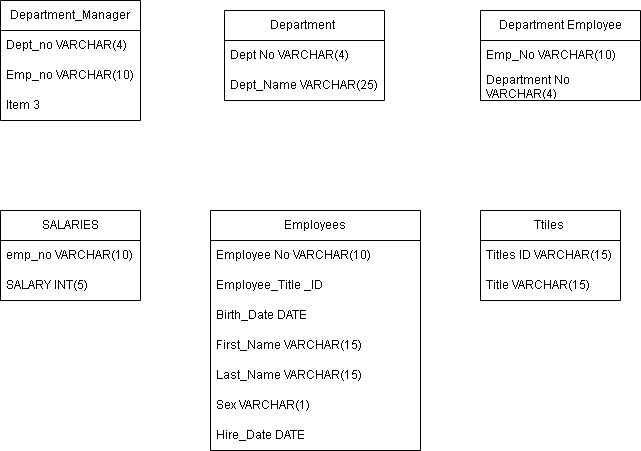
This is Untitled Diagram.drawio.png from gv-priya/SQL-challenge, a draw.io export, as it was before one commit. Source tidied: cells renumbered, new cells last; positions are measured from the earlier drawing's top-left corner, leaving out a move shared by most shapes.
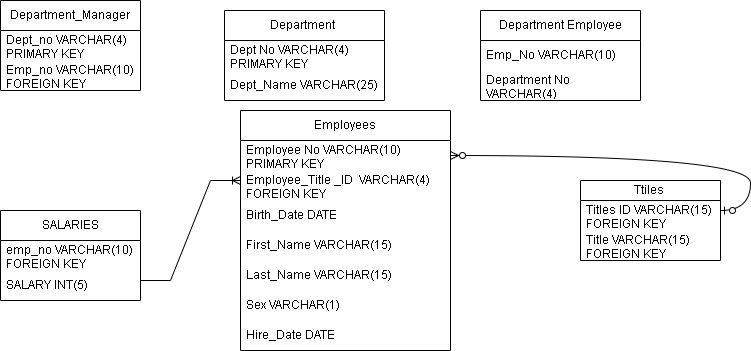
The same file after the commit.

What changed in the source:
```diff
@@ -3,21 +3,18 @@
     <mxCell id="0" />
     <mxCell id="1" parent="0" />
     <mxCell id="2" value="Department_Manager" style="swimlane;fontStyle=0;horizontal=1;startSize=30;whiteSpace=wrap;html=1;" parent="1" vertex="1">
-      <mxGeometry width="140" height="120" as="geometry" />
+      <mxGeometry width="140" height="90" as="geometry" />
     </mxCell>
-    <mxCell id="3" value="Dept_no VARCHAR(4)" style="text;strokeColor=none;fillColor=none;align=left;verticalAlign=middle;spacingLeft=4;spacingRight=4;overflow=hidden;whiteSpace=wrap;html=1;" parent="2" vertex="1">
+    <mxCell id="3" value="Dept_no VARCHAR(4) PRIMARY KEY" style="text;strokeColor=none;fillColor=none;align=left;verticalAlign=middle;spacingLeft=4;spacingRight=4;overflow=hidden;whiteSpace=wrap;html=1;" parent="2" vertex="1">
       <mxGeometry y="30" width="140" height="30" as="geometry" />
     </mxCell>
-    <mxCell id="4" value="Emp_no VARCHAR(10)" style="text;strokeColor=none;fillColor=none;align=left;verticalAlign=middle;spacingLeft=4;spacingRight=4;overflow=hidden;whiteSpace=wrap;html=1;" parent="2" vertex="1">
+    <mxCell id="4" value="Emp_no VARCHAR(10) FOREIGN KEY" style="text;strokeColor=none;fillColor=none;align=left;verticalAlign=middle;spacingLeft=4;spacingRight=4;overflow=hidden;whiteSpace=wrap;html=1;" parent="2" vertex="1">
       <mxGeometry y="60" width="140" height="30" as="geometry" />
     </mxCell>
-    <mxCell id="5" value="Item 3" style="text;strokeColor=none;fillColor=none;align=left;verticalAlign=middle;spacingLeft=4;spacingRight=4;overflow=hidden;whiteSpace=wrap;html=1;" parent="2" vertex="1">
-      <mxGeometry y="90" width="140" height="30" as="geometry" />
-    </mxCell>
     <mxCell id="6" value="Department&amp;nbsp;" style="swimlane;fontStyle=0;horizontal=1;startSize=30;whiteSpace=wrap;html=1;" parent="1" vertex="1">
       <mxGeometry x="224" y="10" width="160" height="90" as="geometry" />
     </mxCell>
-    <mxCell id="7" value="Dept No VARCHAR(4)" style="text;strokeColor=none;fillColor=none;align=left;verticalAlign=middle;spacingLeft=4;spacingRight=4;overflow=hidden;whiteSpace=wrap;html=1;" parent="6" vertex="1">
+    <mxCell id="7" value="Dept No VARCHAR(4) PRIMARY KEY" style="text;strokeColor=none;fillColor=none;align=left;verticalAlign=middle;spacingLeft=4;spacingRight=4;overflow=hidden;whiteSpace=wrap;html=1;" parent="6" vertex="1">
       <mxGeometry y="30" width="160" height="30" as="geometry" />
     </mxCell>
     <mxCell id="8" value="Dept_Name VARCHAR(25)" style="text;strokeColor=none;fillColor=none;align=left;verticalAlign=middle;spacingLeft=4;spacingRight=4;overflow=hidden;whiteSpace=wrap;html=1;" parent="6" vertex="1">
@@ -33,12 +30,12 @@
       <mxGeometry y="60" width="160" height="30" as="geometry" />
     </mxCell>
     <mxCell id="12" value="Employees" style="swimlane;fontStyle=0;horizontal=1;startSize=30;whiteSpace=wrap;html=1;" parent="1" vertex="1">
-      <mxGeometry x="210" y="210" width="210" height="240" as="geometry" />
+      <mxGeometry x="240" y="110" width="210" height="240" as="geometry" />
     </mxCell>
-    <mxCell id="13" value="Employee No VARCHAR(10)" style="text;strokeColor=none;fillColor=none;align=left;verticalAlign=middle;spacingLeft=4;spacingRight=4;overflow=hidden;points=[[0,0.5],[1,0.5]];portConstraint=eastwest;whiteSpace=wrap;html=1;" parent="12" vertex="1">
+    <mxCell id="13" value="Employee No VARCHAR(10)&amp;nbsp; PRIMARY KEY" style="text;strokeColor=none;fillColor=none;align=left;verticalAlign=middle;spacingLeft=4;spacingRight=4;overflow=hidden;points=[[0,0.5],[1,0.5]];portConstraint=eastwest;whiteSpace=wrap;html=1;" parent="12" vertex="1">
       <mxGeometry y="30" width="210" height="30" as="geometry" />
     </mxCell>
-    <mxCell id="14" value="Employee_Title _ID" style="text;strokeColor=none;fillColor=none;align=left;verticalAlign=middle;spacingLeft=4;spacingRight=4;overflow=hidden;whiteSpace=wrap;html=1;" parent="12" vertex="1">
+    <mxCell id="14" value="Employee_Title _ID&amp;nbsp; VARCHAR(4) FOREIGN KEY" style="text;strokeColor=none;fillColor=none;align=left;verticalAlign=middle;spacingLeft=4;spacingRight=4;overflow=hidden;whiteSpace=wrap;html=1;" parent="12" vertex="1">
       <mxGeometry y="60" width="210" height="30" as="geometry" />
     </mxCell>
     <mxCell id="15" value="Birth_Date DATE" style="text;strokeColor=none;fillColor=none;align=left;verticalAlign=middle;spacingLeft=4;spacingRight=4;overflow=hidden;whiteSpace=wrap;html=1;" parent="12" vertex="1">
@@ -56,23 +53,65 @@
     <mxCell id="19" value="Hire_Date DATE" style="text;strokeColor=none;fillColor=none;align=left;verticalAlign=middle;spacingLeft=4;spacingRight=4;overflow=hidden;whiteSpace=wrap;html=1;" parent="12" vertex="1">
       <mxGeometry y="210" width="210" height="30" as="geometry" />
     </mxCell>
-    <mxCell id="20" value="Ttiles&amp;nbsp;" style="swimlane;fontStyle=0;horizontal=1;startSize=30;whiteSpace=wrap;html=1;" parent="1" vertex="1">
-      <mxGeometry x="480" y="210" width="140" height="90" as="geometry" />
+    <mxCell id="20" value="Ttiles&amp;nbsp;" style="swimlane;fontStyle=0;horizontal=1;startSize=20;whiteSpace=wrap;html=1;" parent="1" vertex="1">
+      <mxGeometry x="580" y="180" width="140" height="80" as="geometry" />
     </mxCell>
-    <mxCell id="21" value="Titles ID VARCHAR(15)" style="text;strokeColor=none;fillColor=none;align=left;verticalAlign=middle;spacingLeft=4;spacingRight=4;overflow=hidden;whiteSpace=wrap;html=1;" parent="20" vertex="1">
-      <mxGeometry y="30" width="140" height="30" as="geometry" />
+    <mxCell id="21" value="Titles ID VARCHAR(15) FOREIGN KEY" style="text;strokeColor=none;fillColor=none;align=left;verticalAlign=middle;spacingLeft=4;spacingRight=4;overflow=hidden;whiteSpace=wrap;html=1;" parent="20" vertex="1">
+      <mxGeometry y="20" width="140" height="30" as="geometry" />
     </mxCell>
-    <mxCell id="22" value="Title VARCHAR(15)" style="text;strokeColor=none;fillColor=none;align=left;verticalAlign=middle;spacingLeft=4;spacingRight=4;overflow=hidden;whiteSpace=wrap;html=1;" parent="20" vertex="1">
-      <mxGeometry y="60" width="140" height="30" as="geometry" />
+    <mxCell id="22" value="Title VARCHAR(15) FOREIGN KEY" style="text;strokeColor=none;fillColor=none;align=left;verticalAlign=middle;spacingLeft=4;spacingRight=4;overflow=hidden;whiteSpace=wrap;html=1;" parent="20" vertex="1">
+      <mxGeometry y="50" width="140" height="30" as="geometry" />
     </mxCell>
     <mxCell id="23" value="SALARIES" style="swimlane;fontStyle=0;horizontal=1;startSize=30;whiteSpace=wrap;html=1;" parent="1" vertex="1">
       <mxGeometry y="210" width="140" height="90" as="geometry" />
     </mxCell>
-    <mxCell id="24" value="emp_no VARCHAR(10)" style="text;strokeColor=none;fillColor=none;align=left;verticalAlign=middle;spacingLeft=4;spacingRight=4;overflow=hidden;whiteSpace=wrap;html=1;" parent="23" vertex="1">
+    <mxCell id="24" value="emp_no VARCHAR(10) FOREIGN KEY" style="text;strokeColor=none;fillColor=none;align=left;verticalAlign=middle;spacingLeft=4;spacingRight=4;overflow=hidden;whiteSpace=wrap;html=1;" parent="23" vertex="1">
       <mxGeometry y="30" width="140" height="30" as="geometry" />
     </mxCell>
     <mxCell id="25" value="SALARY INT(5)" style="text;strokeColor=none;fillColor=none;align=left;verticalAlign=middle;spacingLeft=4;spacingRight=4;overflow=hidden;whiteSpace=wrap;html=1;" parent="23" vertex="1">
       <mxGeometry y="60" width="140" height="30" as="geometry" />
     </mxCell>
+    <mxCell id="26" style="edgeStyle=entityRelationEdgeStyle;fontSize=12;html=1;endArrow=ERoneToMany;rounded=0;" parent="1" edge="1">
+      <mxGeometry relative="1" as="geometry">
+        <mxPoint x="140" y="280" as="sourcePoint" />
+        <mxPoint x="240" y="180" as="targetPoint" />
+        <Array as="points">
+          <mxPoint x="460" y="280" />
+        </Array>
+      </mxGeometry>
+    </mxCell>
+    <mxCell id="27" style="edgeStyle=entityRelationEdgeStyle;fontSize=12;html=1;endArrow=ERzeroToMany;startArrow=ERzeroToOne;rounded=0;curved=1;" parent="1" edge="1" target="13">
+      <mxGeometry relative="1" as="geometry">
+        <mxPoint x="720" y="210" as="sourcePoint" />
+        <Array as="points">
+          <mxPoint x="780" y="210" />
+          <mxPoint x="780" y="105" />
+          <mxPoint x="600" y="150" />
+          <mxPoint x="600" y="150" />
+          <mxPoint x="780" y="65" />
+          <mxPoint x="640" y="130" />
+          <mxPoint x="640" y="130" />
+          <mxPoint x="630" y="35" />
+          <mxPoint x="800" y="190" />
+          <mxPoint x="800" y="240" />
+          <mxPoint x="790" y="305" />
+          <mxPoint x="830" y="185" />
+          <mxPoint x="640" y="140" />
+          <mxPoint x="630" y="150" />
+          <mxPoint x="540" y="160" />
+          <mxPoint x="620" y="140" />
+          <mxPoint x="770" y="125" />
+          <mxPoint x="800" y="135" />
+          <mxPoint x="640" y="135" />
+          <mxPoint x="640" y="125" />
+          <mxPoint x="640" y="135" />
+          <mxPoint x="640" y="135" />
+          <mxPoint x="630" y="135" />
+          <mxPoint x="640" y="135" />
+          <mxPoint x="640" y="115" />
+          <mxPoint x="640" y="135" />
+        </Array>
+      </mxGeometry>
+    </mxCell>
   </root>
 </mxGraphModel>
```
